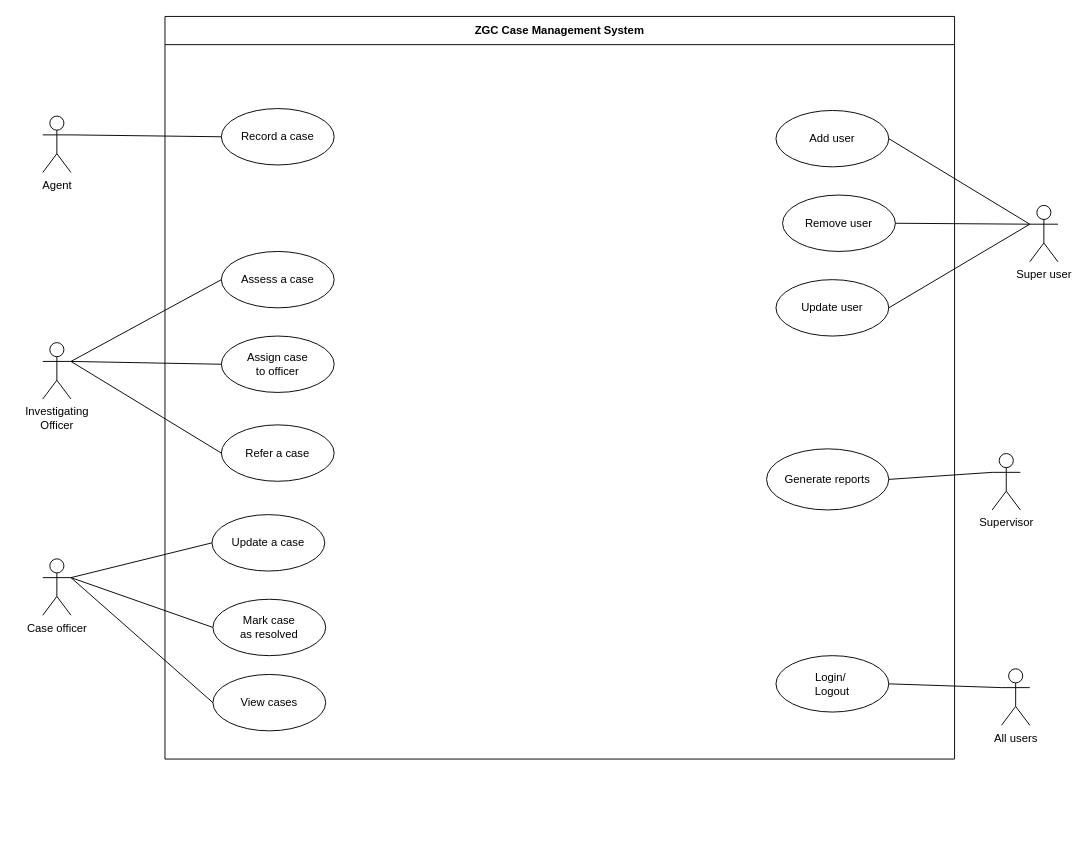
hilaar28/zgc-case-management keeps this draw.io diagram as design/Design.drawio. Above is the earlier version. Source tidied: cells renumbered, new cells numbered last; positions are measured from the earlier drawing's top-left corner, leaving out a move shared by most shapes. Both pictures are drawn from the tidied source at 94%, with x=0, y=0 at pixel (42, 16).
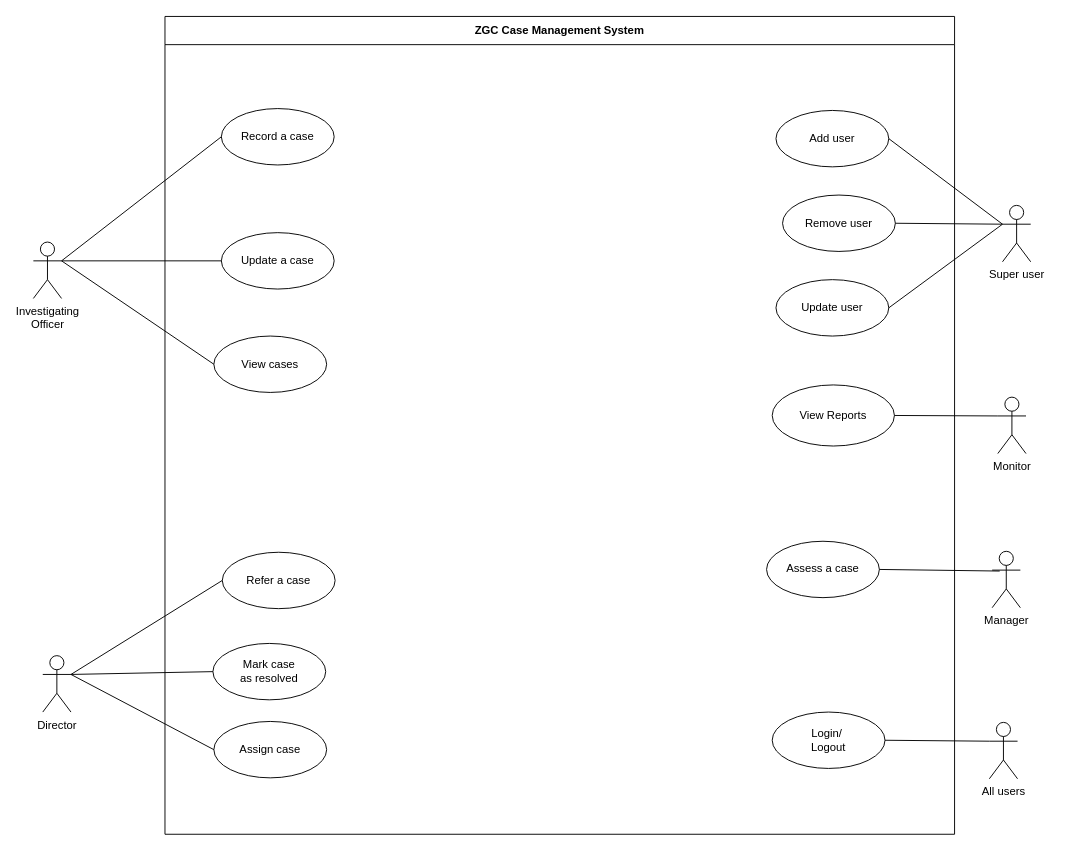
The same page after the edit.

Commit message (it also covers changes not shown here):
updated design to accommodate role changes

The change refers to these unchanged cells:
```xml
<mxCell id="3" value="Record a case" style="ellipse;whiteSpace=wrap;html=1;" parent="2" vertex="1">
  <mxGeometry x="60" y="98" width="120" height="60" as="geometry" />
</mxCell>
```

Diff of the diagram source:
```diff
@@
     <mxCell id="2" value="ZGC Case Management System" style="swimlane;whiteSpace=wrap;html=1;startSize=30;" parent="1" vertex="1">
-      <mxGeometry x="130" width="840" height="790" as="geometry" />
+      <mxGeometry x="130" width="840" height="870" as="geometry" />
     </mxCell>
@@
     <mxCell id="4" value="Login/&amp;nbsp;&lt;br&gt;Logout" style="ellipse;whiteSpace=wrap;html=1;" parent="2" vertex="1">
-      <mxGeometry x="650" y="680" width="120" height="60" as="geometry" />
+      <mxGeometry x="646" y="740" width="120" height="60" as="geometry" />
     </mxCell>
@@
     <mxCell id="8" value="Assess a case" style="ellipse;whiteSpace=wrap;html=1;" parent="2" vertex="1">
-      <mxGeometry x="60" y="250" width="120" height="60" as="geometry" />
+      <mxGeometry x="640" y="558.3" width="120" height="60" as="geometry" />
     </mxCell>
-    <mxCell id="9" value="Assign case &lt;br&gt;to officer" style="ellipse;whiteSpace=wrap;html=1;" parent="2" vertex="1">
-      <mxGeometry x="60" y="340" width="120" height="60" as="geometry" />
-    </mxCell>
-    <mxCell id="10" value="Refer a case" style="ellipse;whiteSpace=wrap;html=1;" parent="2" vertex="1">
-      <mxGeometry x="60" y="434.5" width="120" height="60" as="geometry" />
-    </mxCell>
     <mxCell id="11" value="Update a case" style="ellipse;whiteSpace=wrap;html=1;" parent="2" vertex="1">
-      <mxGeometry x="50" y="530" width="120" height="60" as="geometry" />
+      <mxGeometry x="60" y="230" width="120" height="60" as="geometry" />
     </mxCell>
     <mxCell id="12" value="Mark case &lt;br&gt;as resolved" style="ellipse;whiteSpace=wrap;html=1;" parent="2" vertex="1">
-      <mxGeometry x="51" y="620" width="120" height="60" as="geometry" />
+      <mxGeometry x="51" y="667" width="120" height="60" as="geometry" />
     </mxCell>
-    <mxCell id="13" value="Generate reports" style="ellipse;whiteSpace=wrap;html=1;" parent="2" vertex="1">
-      <mxGeometry x="640" y="460" width="130" height="65" as="geometry" />
+    <mxCell id="13" value="View Reports" style="ellipse;whiteSpace=wrap;html=1;" parent="2" vertex="1">
+      <mxGeometry x="646" y="392" width="130" height="65" as="geometry" />
     </mxCell>
     <mxCell id="14" value="View cases" style="ellipse;whiteSpace=wrap;html=1;" parent="2" vertex="1">
-      <mxGeometry x="51" y="700" width="120" height="60" as="geometry" />
+      <mxGeometry x="52" y="340" width="120" height="60" as="geometry" />
     </mxCell>
-    <mxCell id="15" value="Agent" style="shape=umlActor;verticalLabelPosition=bottom;verticalAlign=top;html=1;outlineConnect=0;" parent="1" vertex="1">
-      <mxGeometry y="106" width="30" height="60" as="geometry" />
-    </mxCell>
+    <mxCell id="33" value="Assign case" style="ellipse;whiteSpace=wrap;html=1;" parent="2" vertex="1">
+      <mxGeometry x="52" y="750" width="120" height="60" as="geometry" />
+    </mxCell>
+    <mxCell id="10" value="Refer a case" style="ellipse;whiteSpace=wrap;html=1;" parent="2" vertex="1">
+      <mxGeometry x="61" y="570" width="120" height="60" as="geometry" />
+    </mxCell>
     <mxCell id="16" value="All users" style="shape=umlActor;html=1;verticalLabelPosition=bottom;verticalAlign=top;align=center;" parent="1" vertex="1">
-      <mxGeometry x="1020" y="694" width="30" height="60" as="geometry" />
+      <mxGeometry x="1007" y="751" width="30" height="60" as="geometry" />
     </mxCell>
-    <mxCell id="17" style="edgeStyle=none;html=1;endArrow=none;verticalAlign=bottom;rounded=0;exitX=1;exitY=0.3333333333333333;exitDx=0;exitDy=0;exitPerimeter=0;entryX=0;entryY=0.5;entryDx=0;entryDy=0;" parent="1" edge="1" source="15" target="3">
+    <mxCell id="17" style="edgeStyle=none;html=1;endArrow=none;verticalAlign=bottom;rounded=0;exitX=1;exitY=0.3333333333333333;exitDx=0;exitDy=0;exitPerimeter=0;entryX=0;entryY=0.5;entryDx=0;entryDy=0;" parent="1" edge="1" source="23" target="3">
       <mxGeometry relative="1" as="geometry" />
     </mxCell>
     <mxCell id="18" value="Super user" style="shape=umlActor;verticalLabelPosition=bottom;verticalAlign=top;html=1;outlineConnect=0;" parent="1" vertex="1">
-      <mxGeometry x="1050" y="201" width="30" height="60" as="geometry" />
+      <mxGeometry x="1021" y="201" width="30" height="60" as="geometry" />
     </mxCell>
@@
     <mxCell id="23" value="Investigating&lt;br&gt;Officer" style="shape=umlActor;html=1;verticalLabelPosition=bottom;verticalAlign=top;align=center;" parent="1" vertex="1">
-      <mxGeometry y="347" width="30" height="60" as="geometry" />
+      <mxGeometry x="-10" y="240" width="30" height="60" as="geometry" />
     </mxCell>
-    <mxCell id="24" style="edgeStyle=none;html=1;endArrow=none;verticalAlign=bottom;rounded=0;exitX=1;exitY=0.3333333333333333;exitDx=0;exitDy=0;exitPerimeter=0;entryX=0;entryY=0.5;entryDx=0;entryDy=0;" parent="1" edge="1" source="23" target="8">
+    <mxCell id="24" style="edgeStyle=none;html=1;endArrow=none;verticalAlign=bottom;rounded=0;entryX=1;entryY=0.5;entryDx=0;entryDy=0;exitX=0.267;exitY=0.35;exitDx=0;exitDy=0;exitPerimeter=0;" parent="1" edge="1" source="35" target="8">
       <mxGeometry relative="1" as="geometry" />
     </mxCell>
-    <mxCell id="25" style="edgeStyle=none;html=1;endArrow=none;verticalAlign=bottom;rounded=0;exitX=1;exitY=0.3333333333333333;exitDx=0;exitDy=0;exitPerimeter=0;entryX=0;entryY=0.5;entryDx=0;entryDy=0;" parent="1" edge="1" source="23" target="9">
-      <mxGeometry relative="1" as="geometry" />
-    </mxCell>
-    <mxCell id="26" style="edgeStyle=none;html=1;endArrow=none;verticalAlign=bottom;rounded=0;exitX=1;exitY=0.3333333333333333;exitDx=0;exitDy=0;exitPerimeter=0;entryX=0;entryY=0.5;entryDx=0;entryDy=0;" parent="1" edge="1" source="23" target="10">
-      <mxGeometry relative="1" as="geometry" />
-    </mxCell>
-    <mxCell id="27" value="Case officer" style="shape=umlActor;html=1;verticalLabelPosition=bottom;verticalAlign=top;align=center;" parent="1" vertex="1">
-      <mxGeometry y="577" width="30" height="60" as="geometry" />
+    <mxCell id="27" value="Director" style="shape=umlActor;html=1;verticalLabelPosition=bottom;verticalAlign=top;align=center;" parent="1" vertex="1">
+      <mxGeometry y="680" width="30" height="60" as="geometry" />
     </mxCell>
-    <mxCell id="28" style="edgeStyle=none;html=1;endArrow=none;verticalAlign=bottom;rounded=0;exitX=1;exitY=0.3333333333333333;exitDx=0;exitDy=0;exitPerimeter=0;entryX=0;entryY=0.5;entryDx=0;entryDy=0;" parent="1" edge="1" source="27" target="11">
+    <mxCell id="28" style="edgeStyle=none;html=1;endArrow=none;verticalAlign=bottom;rounded=0;exitX=1;exitY=0.3333333333333333;exitDx=0;exitDy=0;exitPerimeter=0;entryX=0;entryY=0.5;entryDx=0;entryDy=0;" parent="1" edge="1" source="23" target="11">
       <mxGeometry relative="1" as="geometry" />
     </mxCell>
@@
-    <mxCell id="30" value="Supervisor" style="shape=umlActor;html=1;verticalLabelPosition=bottom;verticalAlign=top;align=center;" parent="1" vertex="1">
-      <mxGeometry x="1010" y="465" width="30" height="60" as="geometry" />
+    <mxCell id="30" value="Monitor" style="shape=umlActor;html=1;verticalLabelPosition=bottom;verticalAlign=top;align=center;" parent="1" vertex="1">
+      <mxGeometry x="1016" y="405" width="30" height="60" as="geometry" />
     </mxCell>
@@
-    <mxCell id="32" style="edgeStyle=none;html=1;endArrow=none;verticalAlign=bottom;rounded=0;exitX=1;exitY=0.3333333333333333;exitDx=0;exitDy=0;exitPerimeter=0;entryX=0;entryY=0.5;entryDx=0;entryDy=0;" parent="1" edge="1" source="27" target="14">
+    <mxCell id="32" style="edgeStyle=none;html=1;endArrow=none;verticalAlign=bottom;rounded=0;entryX=0;entryY=0.5;entryDx=0;entryDy=0;exitX=1;exitY=0.3333333333333333;exitDx=0;exitDy=0;exitPerimeter=0;" parent="1" edge="1" source="23" target="14">
       <mxGeometry relative="1" as="geometry" />
     </mxCell>
+    <mxCell id="34" style="edgeStyle=none;html=1;endArrow=none;verticalAlign=bottom;rounded=0;exitX=1;exitY=0.3333333333333333;exitDx=0;exitDy=0;exitPerimeter=0;entryX=0;entryY=0.5;entryDx=0;entryDy=0;" parent="1" edge="1" source="27" target="33">
+      <mxGeometry relative="1" as="geometry" />
+    </mxCell>
+    <mxCell id="35" value="Manager" style="shape=umlActor;html=1;verticalLabelPosition=bottom;verticalAlign=top;align=center;" parent="1" vertex="1">
+      <mxGeometry x="1010" y="569" width="30" height="60" as="geometry" />
+    </mxCell>
+    <mxCell id="36" style="edgeStyle=none;html=1;endArrow=none;verticalAlign=bottom;rounded=0;exitX=1;exitY=0.3333333333333333;exitDx=0;exitDy=0;exitPerimeter=0;entryX=0;entryY=0.5;entryDx=0;entryDy=0;" parent="1" edge="1" source="27" target="10">
+      <mxGeometry relative="1" as="geometry" />
+    </mxCell>
```
